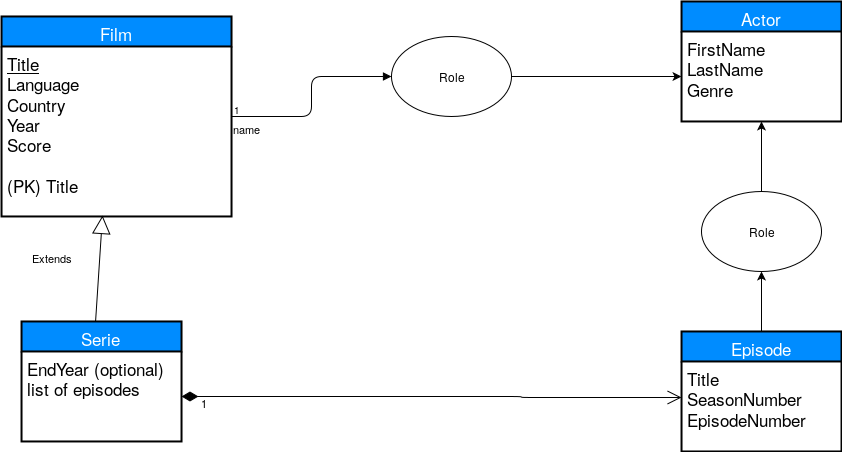
This is Rapport/Pic/ER_Driagram.png from rumuricoste/DB_Project, a draw.io export, as it was before one commit. Source tidied: cells renumbered, new cells last; positions are measured from the earlier drawing's top-left corner, leaving out a move shared by most shapes.
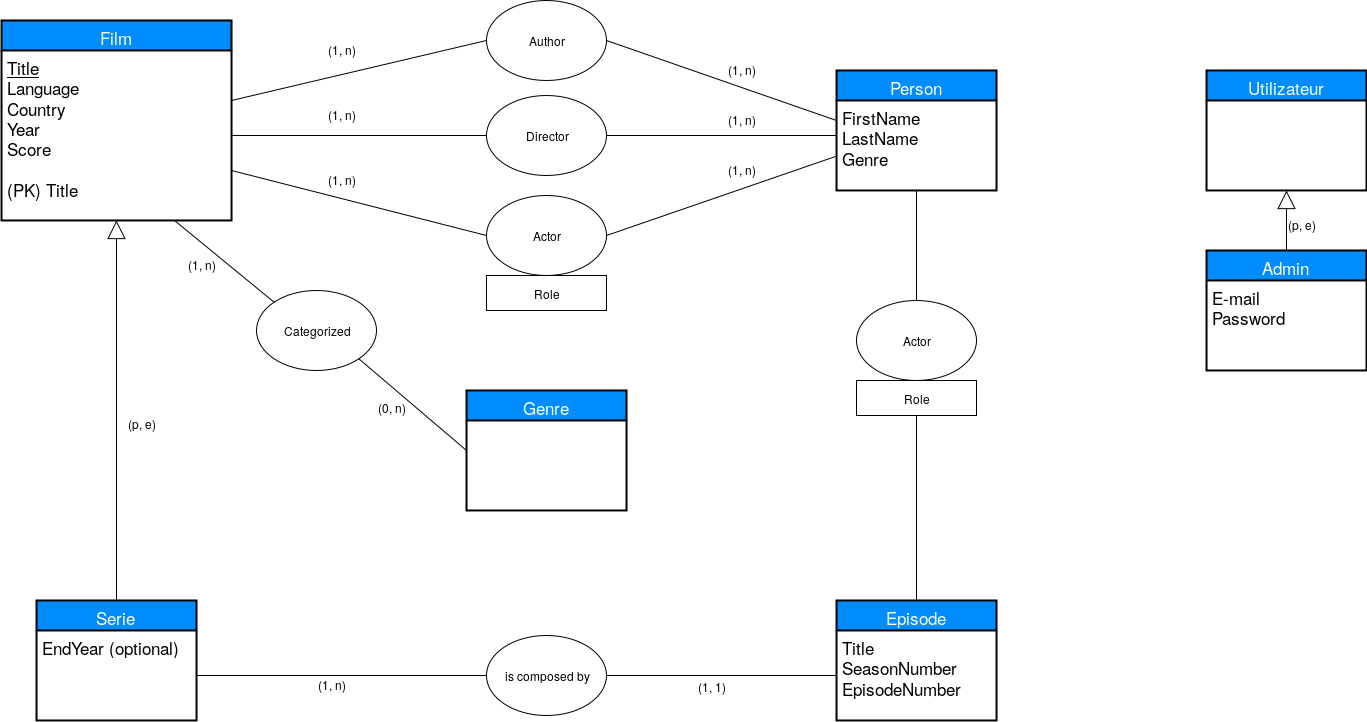
After the commit.

The edit, as a diff of the source:
```diff
@@ -2,11 +2,8 @@
   <root>
     <mxCell id="0" />
     <mxCell id="1" parent="0" />
-    <mxCell id="2" value="Extends" style="endArrow=block;endSize=16;endFill=0;html=1;entryX=0.439;entryY=0.994;entryPerimeter=0;exitX=0.463;exitY=0.008;exitPerimeter=0;" parent="1" edge="1" source="16" target="4">
-      <mxGeometry x="0.15" y="47" relative="1" as="geometry" />
-    </mxCell>
     <mxCell id="3" value="Film" style="swimlane;html=1;horizontal=1;startSize=30;fillColor=#008cff;fontColor=#FFFFFF;rounded=0;fontSize=17;fontStyle=0;strokeWidth=2;shadow=0;dashed=0;align=center;glass=0;" parent="1" vertex="1">
-      <mxGeometry y="15" width="230" height="200" as="geometry" />
+      <mxGeometry x="-115" width="230" height="200" as="geometry" />
     </mxCell>
     <mxCell id="4" value="&lt;u&gt;Title&lt;/u&gt;&lt;br&gt;Language&lt;br&gt;Country&lt;br&gt;Year&lt;br&gt;Score&lt;br&gt;&lt;br&gt;(PK) Title" style="whiteSpace=wrap;html=1;align=left;strokeColor=none;fillColor=none;spacingLeft=4;fontSize=17;verticalAlign=top;" parent="3" vertex="1">
       <mxGeometry y="30" width="230" height="170" as="geometry" />
@@ -14,57 +11,139 @@
     <mxCell id="5" style="line;html=1;strokeWidth=1;fillColor=none;align=left;verticalAlign=middle;spacingTop=-1;spacingLeft=3;spacingRight=3;labelPosition=right;rounded=0;shadow=0;glass=0;" parent="3" vertex="1">
       <mxGeometry y="200" width="230" as="geometry" />
     </mxCell>
-    <mxCell id="6" style="edgeStyle=orthogonalEdgeStyle;rounded=0;html=1;exitX=0.5;exitY=0;jettySize=auto;" parent="1" edge="1" source="7" target="19">
-      <mxGeometry relative="1" as="geometry" />
-    </mxCell>
     <mxCell id="7" value="Episode" style="swimlane;html=1;horizontal=1;startSize=30;fillColor=#008cff;fontColor=#FFFFFF;rounded=0;fontSize=17;fontStyle=0;strokeWidth=2;shadow=0;dashed=0;align=center;glass=0;" parent="1" vertex="1">
-      <mxGeometry x="680" y="330" width="160" height="120" as="geometry" />
+      <mxGeometry x="720" y="580" width="160" height="120" as="geometry" />
     </mxCell>
     <mxCell id="8" value="Title&lt;br&gt;SeasonNumber&lt;br&gt;EpisodeNumber" style="whiteSpace=wrap;html=1;align=left;strokeColor=none;fillColor=none;spacingLeft=4;fontSize=17;verticalAlign=top;" parent="7" vertex="1">
       <mxGeometry y="30" width="160" height="90" as="geometry" />
     </mxCell>
-    <mxCell id="9" value="1" style="endArrow=open;html=1;endSize=12;startArrow=diamondThin;startSize=14;startFill=1;edgeStyle=orthogonalEdgeStyle;align=left;verticalAlign=bottom;exitX=1;exitY=0.5;entryX=0;entryY=0.4;entryPerimeter=0;" parent="1" edge="1" source="17" target="8">
-      <mxGeometry x="-0.93" y="-15" relative="1" as="geometry">
-        <Array as="points">
-          <mxPoint x="520" y="395" />
-          <mxPoint x="520" y="396" />
-        </Array>
-      </mxGeometry>
-    </mxCell>
-    <mxCell id="10" value="Actor" style="swimlane;html=1;horizontal=1;startSize=30;fillColor=#008cff;fontColor=#FFFFFF;rounded=0;fontSize=17;fontStyle=0;strokeWidth=2;shadow=0;dashed=0;align=center;swimlaneLine=1;" parent="1" vertex="1">
-      <mxGeometry x="680" width="160" height="120" as="geometry" />
+    <mxCell id="10" value="Person" style="swimlane;html=1;horizontal=1;startSize=30;fillColor=#008cff;fontColor=#FFFFFF;rounded=0;fontSize=17;fontStyle=0;strokeWidth=2;shadow=0;dashed=0;align=center;swimlaneLine=1;" parent="1" vertex="1">
+      <mxGeometry x="720" y="50" width="160" height="120" as="geometry" />
     </mxCell>
     <mxCell id="11" value="FirstName&lt;br&gt;LastName&lt;br&gt;Genre&lt;br&gt;" style="whiteSpace=wrap;html=1;align=left;strokeColor=none;fillColor=none;spacingLeft=4;fontSize=17;verticalAlign=top;rounded=0;glass=0;shadow=0;" parent="10" vertex="1">
       <mxGeometry y="30" width="160" height="90" as="geometry" />
     </mxCell>
-    <mxCell id="12" style="edgeStyle=orthogonalEdgeStyle;rounded=0;html=1;exitX=1;exitY=0.5;entryX=0;entryY=0.5;jettySize=auto;" parent="1" edge="1" source="13" target="11">
-      <mxGeometry relative="1" as="geometry" />
-    </mxCell>
-    <mxCell id="13" value="Role" style="ellipse;whiteSpace=wrap;html=1;" parent="1" vertex="1">
-      <mxGeometry x="390" y="35" width="120" height="80" as="geometry" />
+    <mxCell id="13" value="Author" style="ellipse;whiteSpace=wrap;html=1;" parent="1" vertex="1">
+      <mxGeometry x="370" y="-20" width="120" height="80" as="geometry" />
     </mxCell>
-    <mxCell id="14" value="name" style="endArrow=block;endFill=1;html=1;edgeStyle=orthogonalEdgeStyle;align=left;verticalAlign=top;entryX=0;entryY=0.5;exitX=1;exitY=0.5;" parent="1" edge="1" source="3" target="13">
-      <mxGeometry x="-1" relative="1" as="geometry">
-        <Array as="points">
-          <mxPoint x="310" y="115" />
-          <mxPoint x="310" y="75" />
-        </Array>
-      </mxGeometry>
-    </mxCell>
-    <mxCell id="15" value="1" style="html=1;align=left;verticalAlign=bottom;labelBackgroundColor=#ffffff;fontSize=10;" parent="14" vertex="1">
-      <mxGeometry x="-1" relative="1" as="geometry" />
-    </mxCell>
     <mxCell id="16" value="Serie" style="swimlane;html=1;horizontal=1;startSize=30;fillColor=#008cff;fontColor=#FFFFFF;rounded=0;fontSize=17;fontStyle=0;strokeWidth=2;shadow=0;dashed=0;align=center;glass=0;" parent="1" vertex="1">
-      <mxGeometry x="20" y="320" width="160" height="120" as="geometry" />
+      <mxGeometry x="-80" y="580" width="160" height="120" as="geometry" />
     </mxCell>
-    <mxCell id="17" value="EndYear (optional)&lt;br&gt;list of episodes" style="whiteSpace=wrap;html=1;align=left;strokeColor=none;fillColor=none;spacingLeft=4;fontSize=17;verticalAlign=top;" parent="16" vertex="1">
+    <mxCell id="17" value="EndYear (optional)" style="whiteSpace=wrap;html=1;align=left;strokeColor=none;fillColor=none;spacingLeft=4;fontSize=17;verticalAlign=top;" parent="16" vertex="1">
       <mxGeometry y="30" width="160" height="90" as="geometry" />
     </mxCell>
-    <mxCell id="18" style="edgeStyle=orthogonalEdgeStyle;rounded=0;html=1;exitX=0.5;exitY=0;jettySize=auto;" parent="1" edge="1" source="19" target="11">
-      <mxGeometry relative="1" as="geometry" />
-    </mxCell>
-    <mxCell id="19" value="Role" style="ellipse;whiteSpace=wrap;html=1;" parent="1" vertex="1">
-      <mxGeometry x="700" y="190" width="120" height="80" as="geometry" />
-    </mxCell>
+    <mxCell id="20" value="Director" style="ellipse;whiteSpace=wrap;html=1;" parent="1" vertex="1">
+      <mxGeometry x="370" y="75" width="120" height="80" as="geometry" />
+    </mxCell>
+    <mxCell id="21" value="Actor" style="ellipse;whiteSpace=wrap;html=1;" parent="1" vertex="1">
+      <mxGeometry x="370" y="175" width="120" height="80" as="geometry" />
+    </mxCell>
+    <mxCell id="22" value="Role" style="whiteSpace=wrap;html=1;" parent="1" vertex="1">
+      <mxGeometry x="370" y="255" width="120" height="35" as="geometry" />
+    </mxCell>
+    <mxCell id="23" value="Genre" style="swimlane;html=1;horizontal=1;startSize=30;fillColor=#008cff;fontColor=#FFFFFF;rounded=0;fontSize=17;fontStyle=0;strokeWidth=2;shadow=0;dashed=0;align=center;" parent="1" vertex="1">
+      <mxGeometry x="350" y="370" width="160" height="120" as="geometry" />
+    </mxCell>
+    <mxCell id="24" value="is composed by" style="ellipse;whiteSpace=wrap;html=1;" parent="1" vertex="1">
+      <mxGeometry x="370" y="615" width="120" height="80" as="geometry" />
+    </mxCell>
+    <mxCell id="2" style="endArrow=block;endSize=16;endFill=0;html=1;entryX=0.5;entryY=1;exitX=0.5;exitY=0;" parent="1" edge="1" source="16" target="4">
+      <mxGeometry y="-40" relative="1" as="geometry" />
+    </mxCell>
+    <mxCell id="25" value="Actor" style="ellipse;whiteSpace=wrap;html=1;" parent="1" vertex="1">
+      <mxGeometry x="740" y="280" width="120" height="80" as="geometry" />
+    </mxCell>
+    <mxCell id="26" style="html=1;endArrow=none;startArrow=none;entryX=0.5;entryY=1;exitX=0.5;exitY=0;endFill=0;startFill=0;" parent="1" edge="1" source="25" target="10">
+      <mxGeometry relative="1" as="geometry" />
+    </mxCell>
+    <mxCell id="27" style="html=1;endArrow=none;startArrow=none;entryX=0;entryY=0.5;exitX=1;exitY=0.75;endFill=0;startFill=0;" parent="1" edge="1" source="3" target="21">
+      <mxGeometry relative="1" as="geometry" />
+    </mxCell>
+    <mxCell id="28" style="html=1;endArrow=none;startArrow=none;entryX=0;entryY=0.5;exitX=1;exitY=0.5;endFill=0;startFill=0;" parent="1" edge="1" source="4" target="20">
+      <mxGeometry relative="1" as="geometry" />
+    </mxCell>
+    <mxCell id="29" style="html=1;endArrow=none;startArrow=none;entryX=0;entryY=0.5;endFill=0;startFill=0;" parent="1" edge="1" target="13">
+      <mxGeometry relative="1" as="geometry">
+        <mxPoint x="115" y="80" as="sourcePoint" />
+      </mxGeometry>
+    </mxCell>
+    <mxCell id="30" style="html=1;endArrow=none;startArrow=none;entryX=1;entryY=0.5;endFill=0;startFill=0;exitX=0;exitY=0.389;exitPerimeter=0;" parent="1" edge="1" source="11" target="20">
+      <mxGeometry relative="1" as="geometry" />
+    </mxCell>
+    <mxCell id="31" style="html=1;endArrow=none;startArrow=none;entryX=1;entryY=0.5;endFill=0;startFill=0;exitX=-0.006;exitY=0.622;exitPerimeter=0;" parent="1" edge="1" source="11" target="21">
+      <mxGeometry relative="1" as="geometry" />
+    </mxCell>
+    <mxCell id="32" style="html=1;endArrow=none;startArrow=none;entryX=1;entryY=0.5;endFill=0;startFill=0;exitX=0;exitY=0.222;exitPerimeter=0;" parent="1" edge="1" source="11" target="13">
+      <mxGeometry relative="1" as="geometry" />
+    </mxCell>
+    <mxCell id="33" style="html=1;endArrow=none;startArrow=none;entryX=1;entryY=0.5;exitX=0;exitY=0.5;endFill=0;startFill=0;" parent="1" edge="1" source="24" target="17">
+      <mxGeometry relative="1" as="geometry" />
+    </mxCell>
+    <mxCell id="34" style="html=1;endArrow=none;startArrow=none;entryX=1;entryY=0.5;exitX=0;exitY=0.5;endFill=0;startFill=0;" parent="1" edge="1" source="8" target="24">
+      <mxGeometry relative="1" as="geometry" />
+    </mxCell>
+    <mxCell id="35" value="(1, n)" style="text;html=1;align=left;verticalAlign=top;spacingTop=-4;" parent="1" vertex="1">
+      <mxGeometry x="210" y="150" width="40" height="20" as="geometry" />
+    </mxCell>
+    <mxCell id="36" value="(1, n)" style="text;html=1;align=left;verticalAlign=top;spacingTop=-4;" parent="1" vertex="1">
+      <mxGeometry x="210" y="20" width="40" height="20" as="geometry" />
+    </mxCell>
+    <mxCell id="37" value="(1, n)" style="text;html=1;align=left;verticalAlign=top;spacingTop=-4;" parent="1" vertex="1">
+      <mxGeometry x="210" y="85" width="40" height="20" as="geometry" />
+    </mxCell>
+    <mxCell id="38" value="(1, n)" style="text;html=1;align=left;verticalAlign=top;spacingTop=-4;" parent="1" vertex="1">
+      <mxGeometry x="610" y="140" width="40" height="20" as="geometry" />
+    </mxCell>
+    <mxCell id="39" value="(1, n)" style="text;html=1;align=left;verticalAlign=top;spacingTop=-4;" parent="1" vertex="1">
+      <mxGeometry x="610" y="90" width="40" height="20" as="geometry" />
+    </mxCell>
+    <mxCell id="40" value="(1, n)" style="text;html=1;align=left;verticalAlign=top;spacingTop=-4;" parent="1" vertex="1">
+      <mxGeometry x="610" y="40" width="40" height="20" as="geometry" />
+    </mxCell>
+    <mxCell id="41" value="(p, e)" style="text;html=1;align=left;verticalAlign=top;spacingTop=-4;" parent="1" vertex="1">
+      <mxGeometry x="10" y="394" width="40" height="20" as="geometry" />
+    </mxCell>
+    <mxCell id="42" value="Categorized" style="ellipse;whiteSpace=wrap;html=1;" parent="1" vertex="1">
+      <mxGeometry x="140" y="270" width="120" height="80" as="geometry" />
+    </mxCell>
+    <mxCell id="43" style="html=1;endArrow=none;startArrow=none;entryX=1;entryY=1;exitX=0;exitY=0.5;endFill=0;startFill=0;" parent="1" edge="1" source="23" target="42">
+      <mxGeometry relative="1" as="geometry" />
+    </mxCell>
+    <mxCell id="44" style="html=1;endArrow=none;startArrow=none;entryX=0.75;entryY=1;exitX=0;exitY=0;endFill=0;startFill=0;" parent="1" edge="1" source="42" target="3">
+      <mxGeometry relative="1" as="geometry" />
+    </mxCell>
+    <mxCell id="45" value="Utilizateur" style="swimlane;html=1;horizontal=1;startSize=30;fillColor=#008cff;fontColor=#FFFFFF;rounded=0;fontSize=17;fontStyle=0;strokeWidth=2;shadow=0;dashed=0;align=center;glass=0;" parent="1" vertex="1">
+      <mxGeometry x="1090" y="50" width="160" height="120" as="geometry" />
+    </mxCell>
+    <mxCell id="46" value="Admin" style="swimlane;html=1;horizontal=1;startSize=30;fillColor=#008cff;fontColor=#FFFFFF;rounded=0;fontSize=17;fontStyle=0;strokeWidth=2;shadow=0;dashed=0;align=center;glass=0;" parent="1" vertex="1">
+      <mxGeometry x="1090" y="230" width="160" height="120" as="geometry" />
+    </mxCell>
+    <mxCell id="47" value="E-mail&lt;br&gt;Password" style="whiteSpace=wrap;html=1;align=left;strokeColor=none;fillColor=none;spacingLeft=4;fontSize=17;verticalAlign=top;" parent="46" vertex="1">
+      <mxGeometry y="30" width="160" height="90" as="geometry" />
+    </mxCell>
+    <mxCell id="48" value="(1, n)" style="text;html=1;align=left;verticalAlign=top;spacingTop=-4;" parent="1" vertex="1">
+      <mxGeometry x="200" y="655" width="40" height="20" as="geometry" />
+    </mxCell>
+    <mxCell id="49" value="(1, 1)" style="text;html=1;align=left;verticalAlign=top;spacingTop=-4;" parent="1" vertex="1">
+      <mxGeometry x="580" y="657" width="40" height="20" as="geometry" />
+    </mxCell>
+    <mxCell id="50" style="endArrow=block;endSize=16;endFill=0;html=1;entryX=0.5;entryY=1;exitX=0.5;exitY=0;" parent="1" edge="1" source="46" target="45">
+      <mxGeometry y="-40" relative="1" as="geometry" />
+    </mxCell>
+    <mxCell id="51" value="(p, e)" style="text;html=1;align=left;verticalAlign=top;spacingTop=-4;" parent="1" vertex="1">
+      <mxGeometry x="1170" y="195" width="40" height="20" as="geometry" />
+    </mxCell>
+    <mxCell id="52" style="html=1;endArrow=none;startArrow=none;entryX=0.5;entryY=1;exitX=0.5;exitY=0;endFill=0;startFill=0;" parent="1" edge="1" source="7" target="25">
+      <mxGeometry relative="1" as="geometry" />
+    </mxCell>
+    <mxCell id="53" value="Role" style="whiteSpace=wrap;html=1;fillColor=#ffffff;strokeColor=#000000;gradientColor=none;glass=0;rounded=0;shadow=0;labelBackgroundColor=none;" parent="1" vertex="1">
+      <mxGeometry x="740" y="360" width="120" height="35" as="geometry" />
+    </mxCell>
+    <mxCell id="54" value="(1, n)" style="text;html=1;align=left;verticalAlign=top;spacingTop=-4;" parent="1" vertex="1">
+      <mxGeometry x="70" y="235" width="40" height="20" as="geometry" />
+    </mxCell>
+    <mxCell id="55" value="(0, n)" style="text;html=1;align=left;verticalAlign=top;spacingTop=-4;" parent="1" vertex="1">
+      <mxGeometry x="260" y="378" width="40" height="20" as="geometry" />
+    </mxCell>
   </root>
 </mxGraphModel>
```
